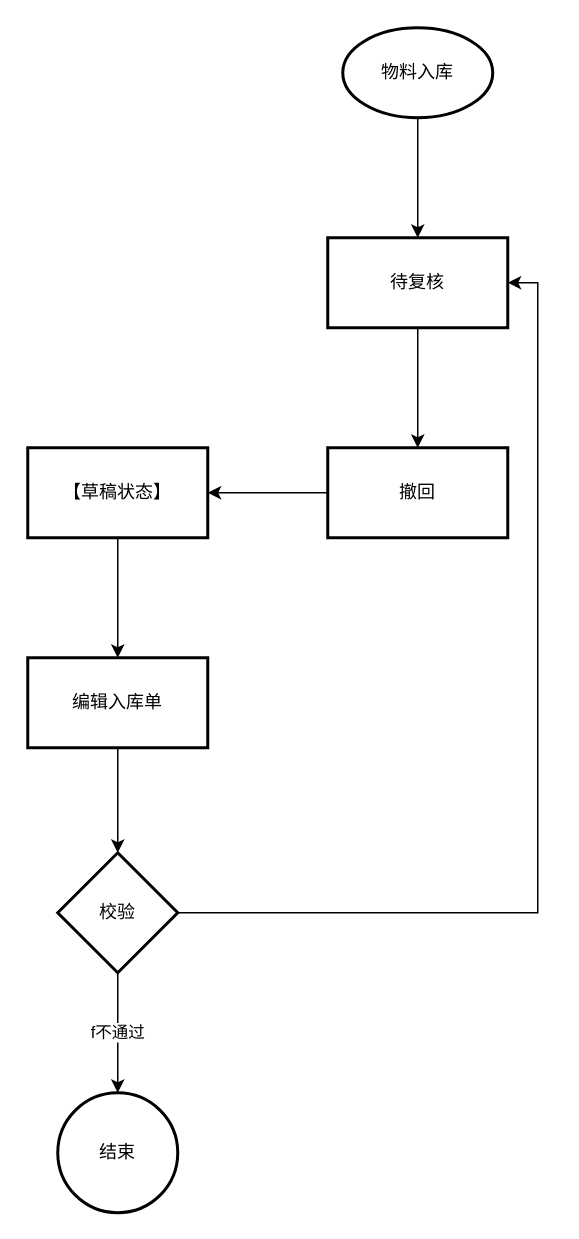
Above: first.drawio in surick/C_Demos (draw.io), before the change. Source tidied: cells renumbered, new cells numbered last; positions are measured from the earlier drawing's top-left corner, leaving out a move shared by most shapes. Both pictures are drawn from the tidied source at 150%, with x=0, y=0 at pixel (27, 27).
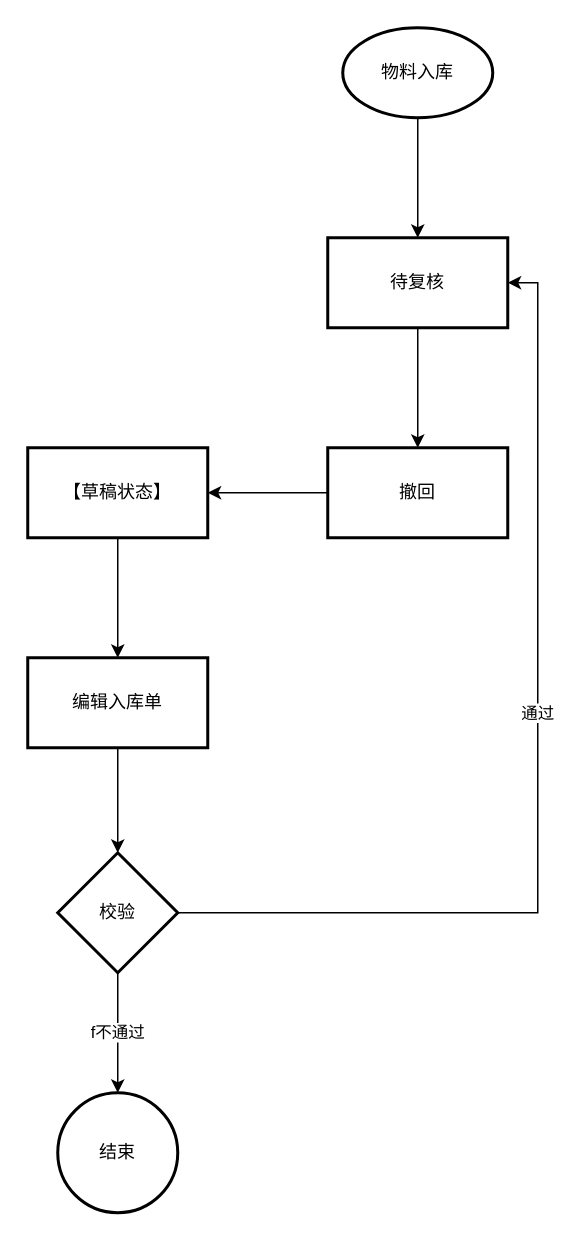
After the change.

What changed in the source:
```diff
@@
 <mxGraphModel>
   <root>
     <mxCell id="0" />
     <mxCell id="1" parent="0" />
     <mxCell id="2" style="edgeStyle=orthogonalEdgeStyle;rounded=0;jettySize=auto;html=1;" parent="1" edge="1" source="3" target="5">
       <mxGeometry relative="1" as="geometry" />
     </mxCell>
     <mxCell id="3" value="物料入库" style="strokeWidth=2;html=1;shape=mxgraph.flowchart.start_1;whiteSpace=wrap;" parent="1" vertex="1">
       <mxGeometry x="210" width="100" height="60" as="geometry" />
     </mxCell>
     <mxCell id="4" style="edgeStyle=orthogonalEdgeStyle;rounded=0;jettySize=auto;html=1;" parent="1" edge="1" source="5" target="7">
       <mxGeometry relative="1" as="geometry" />
     </mxCell>
     <mxCell id="5" value="待复核" style="whiteSpace=wrap;html=1;strokeWidth=2;" parent="1" vertex="1">
       <mxGeometry x="200" y="140" width="120" height="60" as="geometry" />
     </mxCell>
     <mxCell id="6" style="edgeStyle=orthogonalEdgeStyle;rounded=0;jettySize=auto;html=1;" parent="1" edge="1" source="7" target="9">
       <mxGeometry relative="1" as="geometry" />
     </mxCell>
     <mxCell id="7" value="撤回" style="whiteSpace=wrap;html=1;strokeWidth=2;" parent="1" vertex="1">
       <mxGeometry x="200" y="280" width="120" height="60" as="geometry" />
     </mxCell>
     <mxCell id="8" style="edgeStyle=orthogonalEdgeStyle;rounded=0;jettySize=auto;html=1;" parent="1" edge="1" source="9" target="11">
       <mxGeometry relative="1" as="geometry" />
     </mxCell>
     <mxCell id="9" value="【草稿状态】" style="whiteSpace=wrap;html=1;strokeWidth=2;" parent="1" vertex="1">
       <mxGeometry y="280" width="120" height="60" as="geometry" />
     </mxCell>
     <mxCell id="10" style="edgeStyle=orthogonalEdgeStyle;rounded=0;jettySize=auto;html=1;" parent="1" edge="1" source="11" target="14">
       <mxGeometry relative="1" as="geometry" />
     </mxCell>
     <mxCell id="11" value="编辑入库单" style="whiteSpace=wrap;html=1;strokeWidth=2;" parent="1" vertex="1">
       <mxGeometry y="420" width="120" height="60" as="geometry" />
     </mxCell>
     <mxCell id="12" value="f不通过" style="edgeStyle=orthogonalEdgeStyle;rounded=0;jettySize=auto;html=1;" parent="1" edge="1" source="14" target="15">
       <mxGeometry relative="1" as="geometry" />
     </mxCell>
     <mxCell id="13" style="edgeStyle=orthogonalEdgeStyle;rounded=0;jettySize=auto;html=1;exitX=1;exitY=0.5;exitDx=0;exitDy=0;entryX=1;entryY=0.5;entryDx=0;entryDy=0;" parent="1" edge="1" source="14" target="5">
       <mxGeometry relative="1" as="geometry" />
     </mxCell>
+    <mxCell id="16" value="通过" style="edgeLabel;html=1;align=center;verticalAlign=middle;" parent="13" vertex="1">
+      <mxGeometry x="0.1" y="1" relative="1" as="geometry" />
+    </mxCell>
     <mxCell id="14" value="校验" style="rhombus;whiteSpace=wrap;html=1;strokeWidth=2;" parent="1" vertex="1">
       <mxGeometry x="20" y="550" width="80" height="80" as="geometry" />
     </mxCell>
     <mxCell id="15" value="结束" style="ellipse;whiteSpace=wrap;html=1;strokeWidth=2;" parent="1" vertex="1">
       <mxGeometry x="20" y="710" width="80" height="80" as="geometry" />
     </mxCell>
   </root>
 </mxGraphModel>
```
